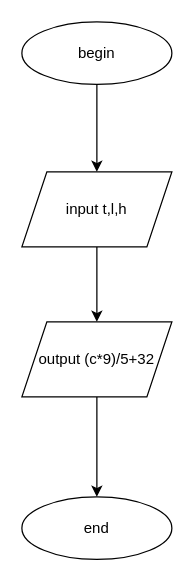
RossiMesdo/HFA keeps this draw.io diagram as module1/ss3_ma_gia_luu_do/average/average.drawio. Above is the earlier version. Source tidied: cells renumbered, new cells numbered last; positions are measured from the earlier drawing's top-left corner, leaving out a move shared by most shapes. Both pictures are drawn from the tidied source at 125%, with x=0, y=0 at pixel (21, 21).
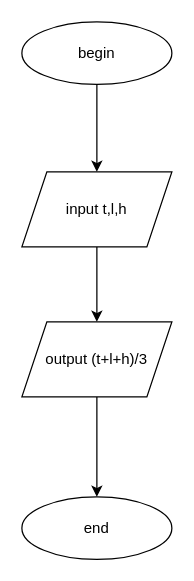
The same diagram, later.

Change to the diagram source:
```diff
@@
 <mxGraphModel>
   <root>
     <mxCell id="0" />
     <mxCell id="1" parent="0" />
     <mxCell id="2" style="edgeStyle=orthogonalEdgeStyle;rounded=0;jettySize=auto;html=1;" parent="1" edge="1" source="3" target="6">
       <mxGeometry relative="1" as="geometry" />
     </mxCell>
     <mxCell id="3" value="begin" style="ellipse;whiteSpace=wrap;html=1;" parent="1" vertex="1">
       <mxGeometry width="120" height="50" as="geometry" />
     </mxCell>
     <mxCell id="4" value="end" style="ellipse;whiteSpace=wrap;html=1;" parent="1" vertex="1">
       <mxGeometry y="380" width="120" height="50" as="geometry" />
     </mxCell>
     <mxCell id="5" style="edgeStyle=orthogonalEdgeStyle;rounded=0;jettySize=auto;html=1;" parent="1" edge="1" source="6" target="8">
       <mxGeometry relative="1" as="geometry" />
     </mxCell>
     <mxCell id="6" value="input t,l,h" style="shape=parallelogram;perimeter=parallelogramPerimeter;whiteSpace=wrap;html=1;fixedSize=1;" parent="1" vertex="1">
       <mxGeometry y="120" width="120" height="60" as="geometry" />
     </mxCell>
     <mxCell id="7" style="edgeStyle=orthogonalEdgeStyle;rounded=0;jettySize=auto;html=1;entryX=0.5;entryY=0;entryDx=0;entryDy=0;" parent="1" edge="1" source="8" target="4">
       <mxGeometry relative="1" as="geometry" />
     </mxCell>
-    <mxCell id="8" value="output (c*9)/5+32" style="shape=parallelogram;perimeter=parallelogramPerimeter;whiteSpace=wrap;html=1;fixedSize=1;" parent="1" vertex="1">
+    <mxCell id="8" value="output (t+l+h)/3" style="shape=parallelogram;perimeter=parallelogramPerimeter;whiteSpace=wrap;html=1;fixedSize=1;" parent="1" vertex="1">
       <mxGeometry y="240" width="120" height="60" as="geometry" />
     </mxCell>
   </root>
 </mxGraphModel>
```
